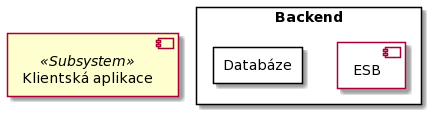
Earlier version of the PlantUML export dokumentace architektury/architektura 1/assets/prodejni_system_component_diagram.png (MichalMoudry/4IT575-seminarni-prace). Source of this version:
```plantuml
@startuml
component "Klientská aplikace" as client <<Subsystem>>

rectangle Backend {

component ESB {

}

rectangle Databáze {

}

}
@enduml
```
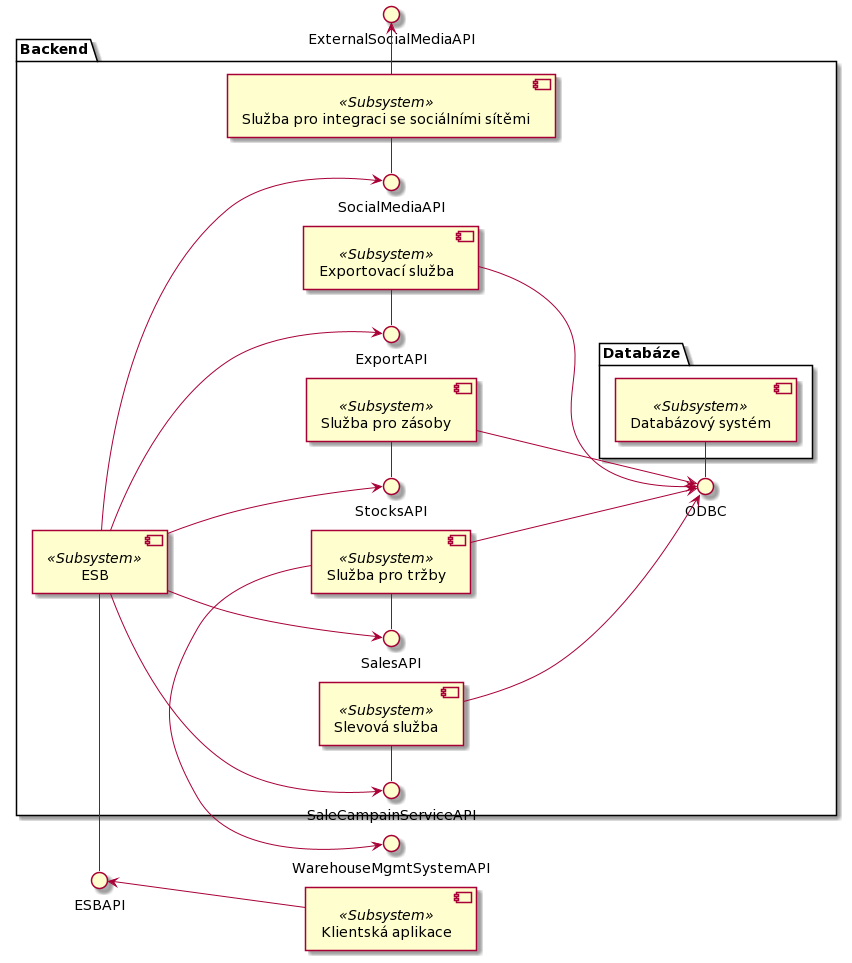
The same file after the commit.

Change to the diagram source:
```diff
@@ -1,15 +1,65 @@
 @startuml
+left to right direction
+
 component "Klientská aplikace" as client <<Subsystem>>
 
-rectangle Backend {
+package Backend {
 
-component ESB {
+component ESB <<Subsystem>>
+
+component "Slevová služba" as SaleCampainService <<Subsystem>>
+
+component "Služba pro tržby" as SalesService <<Subsystem>>
+
+component "Služba pro zásoby" as StocksService <<Subsystem>>
+
+component "Exportovací služba" as ExportService <<Subsystem>>
+
+component "Služba pro integraci se sociálními sítěmi" as SocialMediaService <<Subsystem>>
+
+package Databáze {
+
+component "Databázový systém" as DbS <<Subsystem>>
 
 }
 
-rectangle Databáze {
+ODBC - DbS
+
+SaleCampainServiceAPI - SaleCampainService
+
+SalesAPI - SalesService
+
+StocksAPI - StocksService
+
+ExportAPI - ExportService
+
+SocialMediaAPI - SocialMediaService
+
+ESB --> SaleCampainServiceAPI
+
+ESB --> SalesAPI
+
+ESB --> StocksAPI
+
+ESB --> ExportAPI
+
+ESB --> SocialMediaAPI
+
+SaleCampainService --> ODBC
+
+SalesService --> ODBC
+
+StocksService -down-> ODBC
+
+ExportService --> ODBC
 
 }
 
-}
+ESBAPI - ESB
+
+SocialMediaService -right-> ExternalSocialMediaAPI
+
+SalesService -left-> WarehouseMgmtSystemAPI
+
+client -up-> ESBAPI
 @enduml
```
